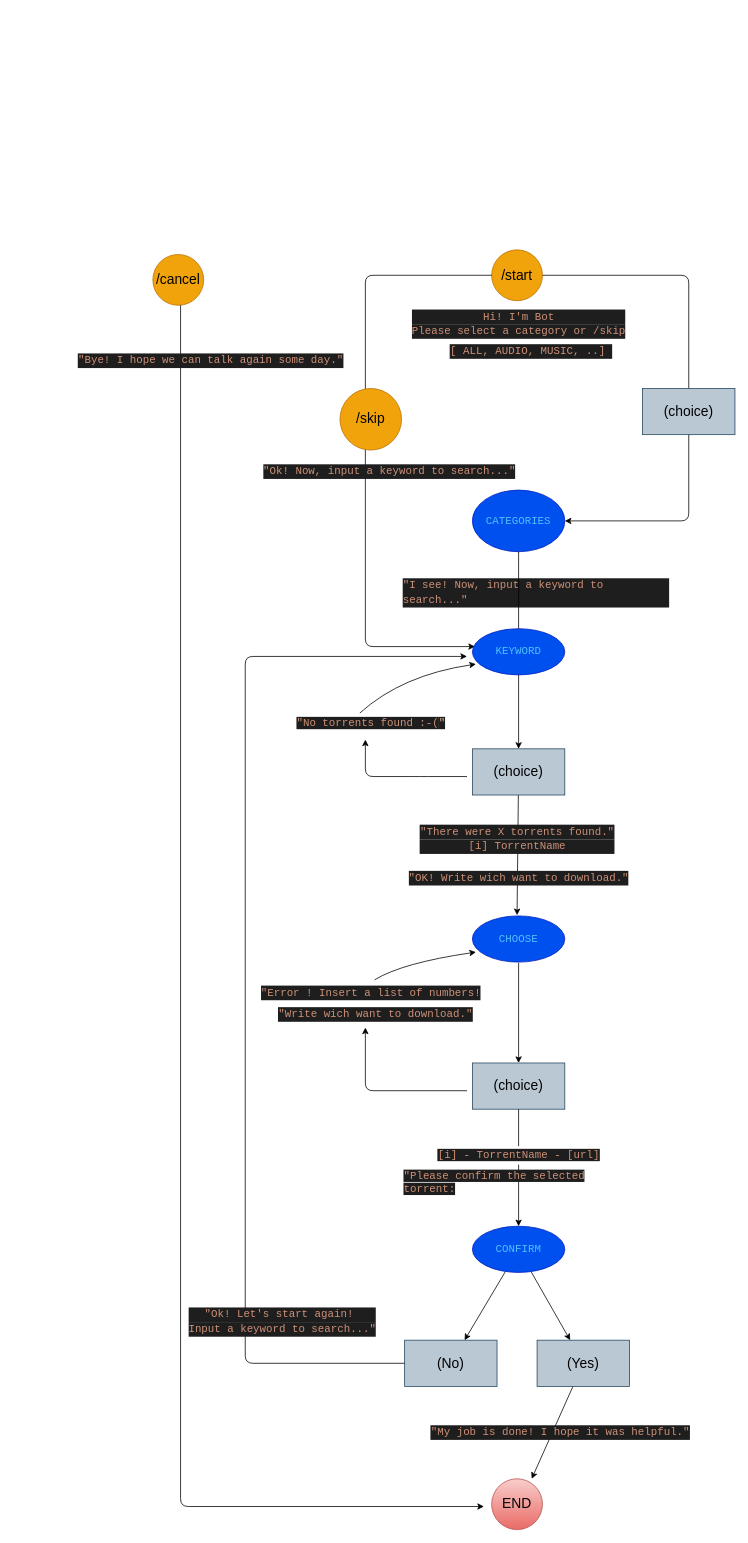
Before: diagram_state.drawio in memoryleak07/TPBTelegramBOT, a draw.io diagram. Source tidied: cells renumbered, new cells numbered last; positions are measured from the earlier drawing's top-left corner, leaving out a move shared by most shapes. Both pictures are drawn from the tidied source at 77%, with x=0, y=0 at pixel (81, -68).
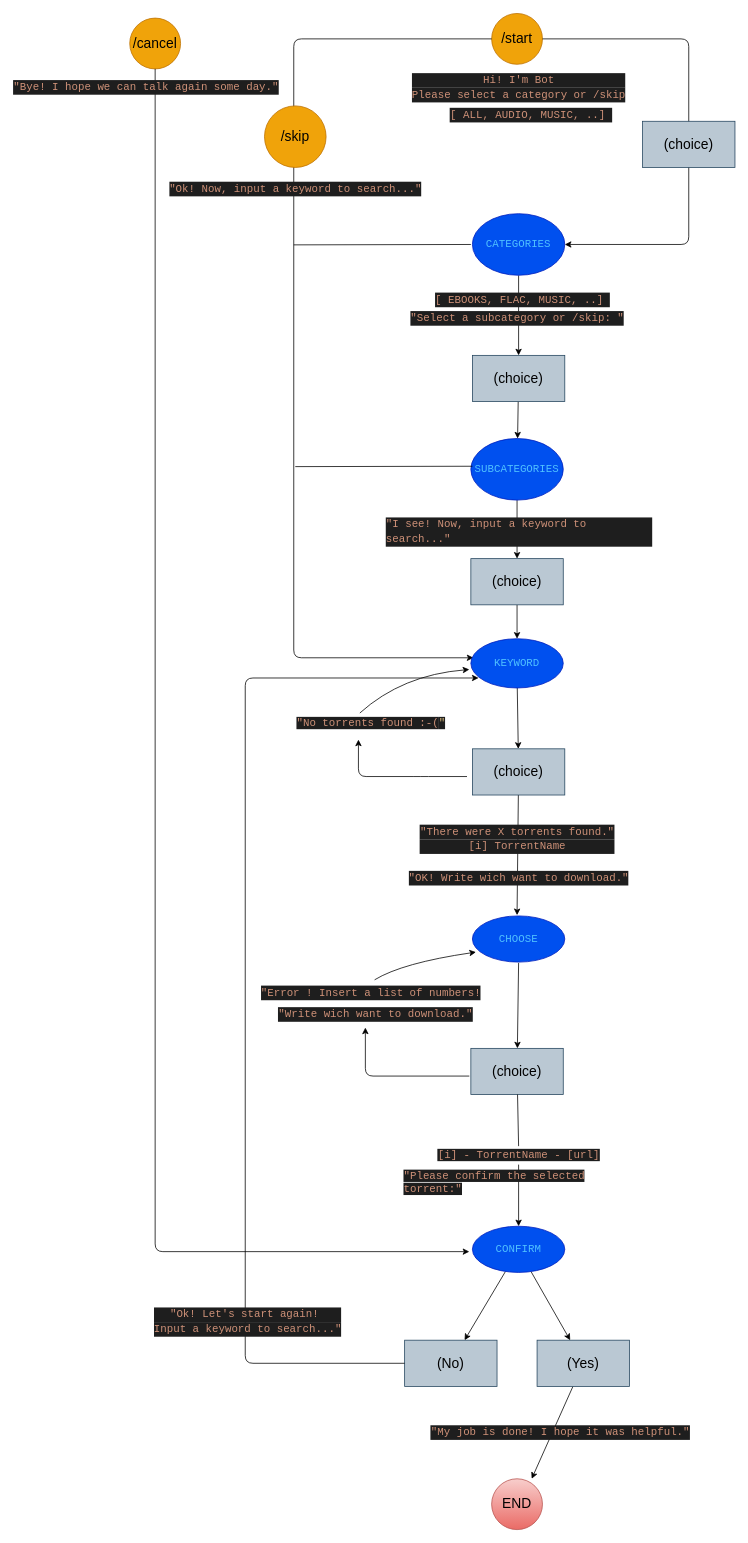
Above is the later version.

Commit message:
update diagram state, add subcategories

Unchanged cells that the change refers to:
```xml
<mxCell id="24" value="&lt;span style=&quot;color: rgb(206, 145, 120); font-family: consolas, &amp;quot;courier new&amp;quot;, monospace; font-size: 14px; font-style: normal; font-weight: 400; letter-spacing: normal; text-align: left; text-indent: 0px; text-transform: none; word-spacing: 0px; background-color: rgb(30, 30, 30);&quot;&gt;&quot;No torrents found :-(&lt;/span&gt;&lt;font color=&quot;#d7ba7d&quot; style=&quot;font-family: consolas, &amp;quot;courier new&amp;quot;, monospace; font-size: 14px; font-style: normal; font-weight: 400; letter-spacing: normal; text-align: left; text-indent: 0px; text-transform: none; word-spacing: 0px; background-color: rgb(30, 30, 30);&quot;&gt;&quot;&lt;/font&gt;" style="text;whiteSpace=wrap;html=1;fontColor=#CE9178;" parent="1" vertex="1">
  <mxGeometry x="278" y="1012" width="204" height="36" as="geometry" />
</mxCell>
<mxCell id="26" value="&lt;font style=&quot;font-size: 18px&quot;&gt;(choice)&lt;/font&gt;" style="whiteSpace=wrap;html=1;fillColor=#bac8d3;strokeColor=#23445d;" parent="1" vertex="1">
  <mxGeometry x="508" y="1060" width="120" height="60" as="geometry" />
</mxCell>
<mxCell id="39" value="&lt;span style=&quot;font-size: 18px&quot;&gt;(No)&lt;br&gt;&lt;/span&gt;" style="whiteSpace=wrap;html=1;fillColor=#bac8d3;strokeColor=#23445d;" parent="1" vertex="1">
  <mxGeometry x="420" y="1828" width="120" height="60" as="geometry" />
</mxCell>
```

What changed in the source:
```diff
@@
-    <mxCell id="2" style="edgeStyle=none;html=1;fontColor=#CE9178;startArrow=none;" parent="1" edge="1" source="22">
-      <mxGeometry relative="1" as="geometry">
-        <mxPoint x="568" y="952" as="targetPoint" />
-      </mxGeometry>
-    </mxCell>
+    <mxCell id="47" style="edgeStyle=none;html=1;" parent="1" edge="1" source="3" target="51">
+      <mxGeometry relative="1" as="geometry" />
+    </mxCell>
     <mxCell id="3" value="&lt;div style=&quot;color: rgb(212, 212, 212); font-family: consolas, &amp;quot;courier new&amp;quot;, monospace; font-size: 14px; line-height: 19px;&quot;&gt;&lt;span style=&quot;color: #4fc1ff&quot;&gt;CATEGORIES&lt;/span&gt;&lt;/div&gt;" style="ellipse;whiteSpace=wrap;html=1;labelBackgroundColor=none;labelBorderColor=none;fillColor=#0050ef;fontColor=#ffffff;strokeColor=#001DBC;" parent="1" vertex="1">
-      <mxGeometry x="508" y="724" width="120" height="80" as="geometry" />
+      <mxGeometry x="508" y="365" width="120" height="80" as="geometry" />
     </mxCell>
     <mxCell id="4" value="&lt;font style=&quot;font-size: 18px&quot;&gt;/start&lt;/font&gt;" style="ellipse;whiteSpace=wrap;html=1;fillColor=#f0a30a;strokeColor=#BD7000;fontColor=#000000;" parent="1" vertex="1">
-      <mxGeometry x="533" y="412" width="66" height="66" as="geometry" />
+      <mxGeometry x="533" y="105" width="66" height="66" as="geometry" />
     </mxCell>
@@
     <mxCell id="7" value="&lt;div style=&quot;background-color: rgb(30 , 30 , 30) ; font-family: &amp;#34;consolas&amp;#34; , &amp;#34;courier new&amp;#34; , monospace ; font-size: 14px ; line-height: 19px&quot;&gt;&lt;font color=&quot;#ce9178&quot;&gt;Hi! I'm Bot&lt;/font&gt;&lt;/div&gt;&lt;div style=&quot;background-color: rgb(30 , 30 , 30) ; font-family: &amp;#34;consolas&amp;#34; , &amp;#34;courier new&amp;#34; , monospace ; font-size: 14px ; line-height: 19px&quot;&gt;&lt;div style=&quot;font-family: &amp;#34;consolas&amp;#34; , &amp;#34;courier new&amp;#34; , monospace ; line-height: 19px&quot;&gt;&lt;font color=&quot;#ce9178&quot;&gt;Please select a category or /skip&lt;/font&gt;&lt;/div&gt;&lt;/div&gt;" style="text;html=1;align=center;verticalAlign=middle;strokeColor=none;fillColor=none;" parent="1" vertex="1">
-      <mxGeometry x="430" y="484" width="276" height="48" as="geometry" />
+      <mxGeometry x="430" y="177" width="276" height="48" as="geometry" />
     </mxCell>
-    <mxCell id="8" value="&lt;div style=&quot;background-color: rgb(30 , 30 , 30) ; font-family: &amp;#34;consolas&amp;#34; , &amp;#34;courier new&amp;#34; , monospace ; font-weight: normal ; font-size: 14px ; line-height: 19px&quot;&gt;&lt;div&gt;&lt;font color=&quot;#ce9178&quot;&gt;&quot;I see! Now, input a keyword to search...&quot;&lt;/font&gt;&lt;/div&gt;&lt;/div&gt;" style="text;whiteSpace=wrap;html=1;" parent="1" vertex="1">
-      <mxGeometry x="416" y="832" width="348" height="36" as="geometry" />
-    </mxCell>
@@
     <mxCell id="14" value="&lt;div style=&quot;background-color: rgb(30 , 30 , 30) ; font-family: &amp;#34;consolas&amp;#34; , &amp;#34;courier new&amp;#34; , monospace ; font-size: 14px ; line-height: 19px&quot;&gt;[ ALL, AUDIO, MUSIC, ..]&amp;nbsp;&lt;/div&gt;&lt;div style=&quot;color: rgb(240 , 240 , 240) ; background-color: rgb(30 , 30 , 30) ; font-family: &amp;#34;consolas&amp;#34; , &amp;#34;courier new&amp;#34; , monospace ; font-size: 14px ; line-height: 19px&quot;&gt;&lt;/div&gt;" style="text;html=1;align=center;verticalAlign=middle;strokeColor=none;fillColor=none;fontColor=#CE9178;" parent="1" vertex="1">
-      <mxGeometry x="476" y="532" width="216" height="24" as="geometry" />
+      <mxGeometry x="476" y="225" width="216" height="24" as="geometry" />
     </mxCell>
     <mxCell id="15" style="edgeStyle=elbowEdgeStyle;elbow=horizontal;endArrow=classic;html=1;fontSize=18;startArrow=none;exitX=0;exitY=0.5;exitDx=0;exitDy=0;entryX=0.028;entryY=0.387;entryDx=0;entryDy=0;entryPerimeter=0;" parent="1" edge="1" source="4" target="22">
       <mxGeometry relative="1" as="geometry">
         <Array as="points">
-          <mxPoint x="369" y="712" />
-          <mxPoint x="349" y="510" />
+          <mxPoint x="276" y="537" />
+          <mxPoint x="349" y="203" />
         </Array>
       </mxGeometry>
     </mxCell>
     <mxCell id="16" value="&lt;font style=&quot;font-size: 18px&quot;&gt;/skip&lt;/font&gt;" style="ellipse;whiteSpace=wrap;html=1;fillColor=#f0a30a;strokeColor=#BD7000;fontColor=#000000;" parent="1" vertex="1">
-      <mxGeometry x="336" y="592" width="80" height="80" as="geometry" />
+      <mxGeometry x="238" y="225" width="80" height="80" as="geometry" />
     </mxCell>
     <mxCell id="17" value="&lt;div style=&quot;color: rgb(212 , 212 , 212) ; background-color: rgb(30 , 30 , 30) ; font-family: &amp;#34;consolas&amp;#34; , &amp;#34;courier new&amp;#34; , monospace ; font-size: 14px ; line-height: 19px&quot;&gt;&lt;span style=&quot;color: #ce9178&quot;&gt;&quot;Ok! Now, input a keyword to search...&quot;&lt;/span&gt;&lt;/div&gt;" style="text;html=1;align=center;verticalAlign=middle;strokeColor=none;fillColor=none;fontColor=#CE9178;" parent="1" vertex="1">
-      <mxGeometry x="238" y="688" width="324" height="24" as="geometry" />
+      <mxGeometry x="116" y="321" width="324" height="24" as="geometry" />
     </mxCell>
-    <mxCell id="18" style="curved=1;endArrow=classic;html=1;fontColor=#CE9178;exitX=0.411;exitY=0.041;exitDx=0;exitDy=0;entryX=0.038;entryY=0.767;entryDx=0;entryDy=0;exitPerimeter=0;entryPerimeter=0;startArrow=none;" parent="1" edge="1" source="24" target="22">
+    <mxCell id="18" style="curved=1;endArrow=classic;html=1;fontColor=#CE9178;exitX=0.411;exitY=0.041;exitDx=0;exitDy=0;exitPerimeter=0;startArrow=none;" parent="1" edge="1" source="24">
       <mxGeometry relative="1" as="geometry">
+        <mxPoint x="504" y="957" as="targetPoint" />
         <Array as="points">
           <mxPoint x="417" y="964" />
         </Array>
       </mxGeometry>
     </mxCell>
     <mxCell id="19" style="edgeStyle=elbowEdgeStyle;elbow=horizontal;endArrow=classic;html=1;fontSize=18;startArrow=none;exitX=1;exitY=0.5;exitDx=0;exitDy=0;entryX=1;entryY=0.5;entryDx=0;entryDy=0;" parent="1" edge="1" source="4" target="3">
       <mxGeometry relative="1" as="geometry">
         <Array as="points">
-          <mxPoint x="789" y="532" />
-          <mxPoint x="830" y="562" />
-          <mxPoint x="390" />
+          <mxPoint x="789" y="225" />
+          <mxPoint x="830" y="255" />
+          <mxPoint x="390" y="-307" />
         </Array>
       </mxGeometry>
     </mxCell>
     <mxCell id="20" value="&lt;font style=&quot;font-size: 18px&quot;&gt;(choice)&lt;/font&gt;" style="whiteSpace=wrap;html=1;fillColor=#bac8d3;strokeColor=#23445d;" parent="1" vertex="1">
-      <mxGeometry x="729" y="592" width="120" height="60" as="geometry" />
+      <mxGeometry x="729" y="245" width="120" height="60" as="geometry" />
     </mxCell>
-    <mxCell id="21" style="edgeStyle=none;html=1;fontColor=#CE9178;" parent="1" edge="1" source="22" target="26">
+    <mxCell id="21" style="edgeStyle=none;html=1;" parent="1" edge="1" source="22" target="26">
       <mxGeometry relative="1" as="geometry" />
     </mxCell>
     <mxCell id="22" value="&lt;div style=&quot;color: rgb(212 , 212 , 212) ; font-family: &amp;#34;consolas&amp;#34; , &amp;#34;courier new&amp;#34; , monospace ; font-size: 14px ; line-height: 19px&quot;&gt;&lt;span style=&quot;color: rgb(79 , 193 , 255)&quot;&gt;KEYWORD&lt;/span&gt;&lt;/div&gt;" style="ellipse;whiteSpace=wrap;html=1;fillColor=#0050ef;fontColor=#ffffff;strokeColor=#001DBC;" parent="1" vertex="1">
-      <mxGeometry x="508" y="904" width="120" height="60" as="geometry" />
+      <mxGeometry x="506" y="917" width="120" height="64" as="geometry" />
     </mxCell>
-    <mxCell id="23" style="edgeStyle=none;html=1;fontColor=#CE9178;endArrow=none;" parent="1" edge="1" source="3" target="22">
-      <mxGeometry relative="1" as="geometry" />
-    </mxCell>
@@
-    <mxCell id="27" style="endArrow=classic;html=1;fontColor=#CE9178;" parent="1" edge="1">
+    <mxCell id="27" style="endArrow=classic;html=1;fontColor=#CE9178;entryX=0.402;entryY=1;entryDx=0;entryDy=0;entryPerimeter=0;" parent="1" edge="1" target="24">
       <mxGeometry relative="1" as="geometry">
         <mxPoint x="501" y="1096" as="sourcePoint" />
-        <mxPoint x="369" y="1048" as="targetPoint" />
         <Array as="points">
           <mxPoint x="441" y="1096" />
-          <mxPoint x="369" y="1096" />
+          <mxPoint x="360" y="1096" />
         </Array>
       </mxGeometry>
     </mxCell>
@@
     <mxCell id="33" value="&lt;font style=&quot;font-size: 18px&quot;&gt;(choice)&lt;/font&gt;" style="whiteSpace=wrap;html=1;fillColor=#bac8d3;strokeColor=#23445d;" parent="1" vertex="1">
-      <mxGeometry x="508" y="1468" width="120" height="60" as="geometry" />
+      <mxGeometry x="506" y="1449" width="120" height="60" as="geometry" />
     </mxCell>
@@
     <mxCell id="36" style="endArrow=classic;html=1;fontColor=#CE9178;" parent="1" edge="1">
       <mxGeometry relative="1" as="geometry">
-        <mxPoint x="501" y="1504" as="sourcePoint" />
+        <mxPoint x="504" y="1485" as="sourcePoint" />
         <mxPoint x="369" y="1422" as="targetPoint" />
         <Array as="points">
-          <mxPoint x="369" y="1504" />
+          <mxPoint x="369" y="1485" />
         </Array>
       </mxGeometry>
     </mxCell>
@@
     <mxCell id="40" style="edgeStyle=elbowEdgeStyle;elbow=horizontal;endArrow=classic;html=1;fontSize=18;startArrow=none;exitX=0;exitY=0.5;exitDx=0;exitDy=0;" parent="1" edge="1" source="39">
       <mxGeometry relative="1" as="geometry">
-        <mxPoint x="501" y="940" as="targetPoint" />
+        <mxPoint x="516" y="968" as="targetPoint" />
         <Array as="points">
           <mxPoint x="213" y="1408" />
           <mxPoint x="361" y="522" />
         </Array>
       </mxGeometry>
     </mxCell>
-    <mxCell id="41" value="&lt;span style=&quot;color: rgb(206, 145, 120); font-family: consolas, &amp;quot;courier new&amp;quot;, monospace; font-size: 14px; font-style: normal; font-weight: 400; letter-spacing: normal; text-align: left; text-indent: 0px; text-transform: none; word-spacing: 0px; background-color: rgb(30, 30, 30); display: inline; float: none;&quot;&gt;&quot;Please confirm the selected torrent:&lt;/span&gt;" style="text;whiteSpace=wrap;html=1;fontColor=#CE9178;" parent="1" vertex="1">
+    <mxCell id="41" value="&lt;span style=&quot;color: rgb(206 , 145 , 120) ; font-family: &amp;#34;consolas&amp;#34; , &amp;#34;courier new&amp;#34; , monospace ; font-size: 14px ; font-style: normal ; font-weight: 400 ; letter-spacing: normal ; text-align: left ; text-indent: 0px ; text-transform: none ; word-spacing: 0px ; background-color: rgb(30 , 30 , 30) ; display: inline ; float: none&quot;&gt;&quot;Please confirm the selected torrent:&quot;&lt;/span&gt;" style="text;whiteSpace=wrap;html=1;fontColor=#CE9178;" parent="1" vertex="1">
       <mxGeometry x="417" y="1600" width="312" height="36" as="geometry" />
     </mxCell>
     <mxCell id="42" value="&lt;font style=&quot;font-size: 18px&quot;&gt;/cancel&lt;br&gt;&lt;/font&gt;" style="ellipse;whiteSpace=wrap;html=1;fillColor=#f0a30a;strokeColor=#BD7000;fontColor=#000000;" parent="1" vertex="1">
-      <mxGeometry x="93" y="418" width="66" height="66" as="geometry" />
+      <mxGeometry x="63" y="111" width="66" height="66" as="geometry" />
     </mxCell>
     <mxCell id="43" style="edgeStyle=elbowEdgeStyle;elbow=horizontal;endArrow=classic;html=1;fontSize=18;startArrow=none;" parent="1" edge="1" source="42">
       <mxGeometry relative="1" as="geometry">
-        <mxPoint x="523" y="2044" as="targetPoint" />
+        <mxPoint x="504" y="1713" as="targetPoint" />
         <Array as="points">
-          <mxPoint x="129" y="1660" />
-          <mxPoint x="105" y="712" />
-          <mxPoint x="361" y="522" />
+          <mxPoint x="96" y="393" />
+          <mxPoint x="108" y="969" />
+          <mxPoint x="129" y="1353" />
+          <mxPoint x="105" y="405" />
+          <mxPoint x="361" y="215" />
         </Array>
       </mxGeometry>
     </mxCell>
     <mxCell id="44" value="&lt;div style=&quot;color: rgb(212 , 212 , 212) ; background-color: rgb(30 , 30 , 30) ; font-family: &amp;#34;consolas&amp;#34; , &amp;#34;courier new&amp;#34; , monospace ; font-size: 14px ; line-height: 19px&quot;&gt;&lt;span style=&quot;color: #ce9178&quot;&gt;&quot;Bye! I hope we can talk again some day.&quot;&lt;/span&gt;&lt;/div&gt;" style="text;html=1;align=center;verticalAlign=middle;strokeColor=none;fillColor=none;fontColor=#CE9178;" parent="1" vertex="1">
-      <mxGeometry y="544" width="336" height="24" as="geometry" />
+      <mxGeometry x="-84" y="189" width="336" height="24" as="geometry" />
     </mxCell>
     <mxCell id="45" value="&lt;div style=&quot;color: rgb(212 , 212 , 212) ; background-color: rgb(30 , 30 , 30) ; font-family: &amp;#34;consolas&amp;#34; , &amp;#34;courier new&amp;#34; , monospace ; font-size: 14px ; line-height: 19px&quot;&gt;&lt;span style=&quot;color: #ce9178&quot;&gt;&quot;Ok! Let's start again!&amp;nbsp;&lt;/span&gt;&lt;/div&gt;&lt;div style=&quot;color: rgb(212 , 212 , 212) ; background-color: rgb(30 , 30 , 30) ; font-family: &amp;#34;consolas&amp;#34; , &amp;#34;courier new&amp;#34; , monospace ; font-size: 14px ; line-height: 19px&quot;&gt;&lt;span style=&quot;color: #ce9178&quot;&gt;Input a keyword to search...&quot;&lt;/span&gt;&lt;/div&gt;" style="text;html=1;align=center;verticalAlign=middle;strokeColor=none;fillColor=none;fontColor=#CE9178;" parent="1" vertex="1">
-      <mxGeometry x="141" y="1780" width="240" height="48" as="geometry" />
+      <mxGeometry x="96" y="1780" width="240" height="48" as="geometry" />
     </mxCell>
@@
+    <mxCell id="48" style="edgeStyle=none;html=1;" parent="1" edge="1" source="49" target="53">
+      <mxGeometry relative="1" as="geometry" />
+    </mxCell>
+    <mxCell id="49" value="&lt;div style=&quot;color: rgb(212 , 212 , 212) ; font-family: &amp;#34;consolas&amp;#34; , &amp;#34;courier new&amp;#34; , monospace ; font-size: 14px ; line-height: 19px&quot;&gt;&lt;span style=&quot;color: #4fc1ff&quot;&gt;SUBCATEGORIES&lt;/span&gt;&lt;/div&gt;" style="ellipse;whiteSpace=wrap;html=1;labelBackgroundColor=none;labelBorderColor=none;fillColor=#0050ef;fontColor=#ffffff;strokeColor=#001DBC;" parent="1" vertex="1">
+      <mxGeometry x="506" y="657" width="120" height="80" as="geometry" />
+    </mxCell>
+    <mxCell id="50" style="edgeStyle=none;html=1;" parent="1" edge="1" source="51" target="49">
+      <mxGeometry relative="1" as="geometry" />
+    </mxCell>
+    <mxCell id="51" value="&lt;font style=&quot;font-size: 18px&quot;&gt;(choice)&lt;/font&gt;" style="whiteSpace=wrap;html=1;fillColor=#bac8d3;strokeColor=#23445d;" parent="1" vertex="1">
+      <mxGeometry x="508" y="549" width="120" height="60" as="geometry" />
+    </mxCell>
+    <mxCell id="52" style="edgeStyle=none;html=1;" parent="1" edge="1" source="53" target="22">
+      <mxGeometry relative="1" as="geometry" />
+    </mxCell>
+    <mxCell id="53" value="&lt;font style=&quot;font-size: 18px&quot;&gt;(choice)&lt;/font&gt;" style="whiteSpace=wrap;html=1;fillColor=#bac8d3;strokeColor=#23445d;" parent="1" vertex="1">
+      <mxGeometry x="506" y="813" width="120" height="60" as="geometry" />
+    </mxCell>
+    <mxCell id="54" style="endArrow=none;html=1;" parent="1" edge="1">
+      <mxGeometry relative="1" as="geometry">
+        <mxPoint x="276" y="405.5" as="sourcePoint" />
+        <mxPoint x="506" y="405" as="targetPoint" />
+      </mxGeometry>
+    </mxCell>
+    <mxCell id="55" style="endArrow=none;html=1;" parent="1" edge="1">
+      <mxGeometry relative="1" as="geometry">
+        <mxPoint x="278" y="693.5" as="sourcePoint" />
+        <mxPoint x="508" y="693" as="targetPoint" />
+      </mxGeometry>
+    </mxCell>
+    <mxCell id="8" value="&lt;div style=&quot;background-color: rgb(30 , 30 , 30) ; font-family: &amp;#34;consolas&amp;#34; , &amp;#34;courier new&amp;#34; , monospace ; font-weight: normal ; font-size: 14px ; line-height: 19px&quot;&gt;&lt;div&gt;&lt;font color=&quot;#ce9178&quot;&gt;&quot;I see! Now, input a keyword to search...&quot;&lt;/font&gt;&lt;/div&gt;&lt;/div&gt;" style="text;whiteSpace=wrap;html=1;" parent="1" vertex="1">
+      <mxGeometry x="394" y="753" width="348" height="36" as="geometry" />
+    </mxCell>
+    <mxCell id="56" value="&lt;div style=&quot;background-color: rgb(30 , 30 , 30) ; font-family: &amp;#34;consolas&amp;#34; , &amp;#34;courier new&amp;#34; , monospace ; font-size: 14px ; line-height: 19px&quot;&gt;[ EBOOKS, FLAC, MUSIC, ..]&amp;nbsp;&lt;/div&gt;&lt;div style=&quot;color: rgb(240 , 240 , 240) ; background-color: rgb(30 , 30 , 30) ; font-family: &amp;#34;consolas&amp;#34; , &amp;#34;courier new&amp;#34; , monospace ; font-size: 14px ; line-height: 19px&quot;&gt;&lt;/div&gt;" style="text;html=1;align=center;verticalAlign=middle;strokeColor=none;fillColor=none;fontColor=#CE9178;" parent="1" vertex="1">
+      <mxGeometry x="459" y="465" width="228" height="24" as="geometry" />
+    </mxCell>
+    <mxCell id="57" value="&lt;div style=&quot;color: rgb(212 , 212 , 212) ; background-color: rgb(30 , 30 , 30) ; font-family: &amp;#34;consolas&amp;#34; , &amp;#34;courier new&amp;#34; , monospace ; font-size: 14px ; line-height: 19px&quot;&gt;&lt;span style=&quot;color: #ce9178&quot;&gt;&quot;Select a subcategory or /skip: &quot;&lt;/span&gt;&lt;/div&gt;" style="text;html=1;align=center;verticalAlign=middle;strokeColor=none;fillColor=none;" parent="1" vertex="1">
+      <mxGeometry x="428" y="489" width="276" height="24" as="geometry" />
+    </mxCell>
```
